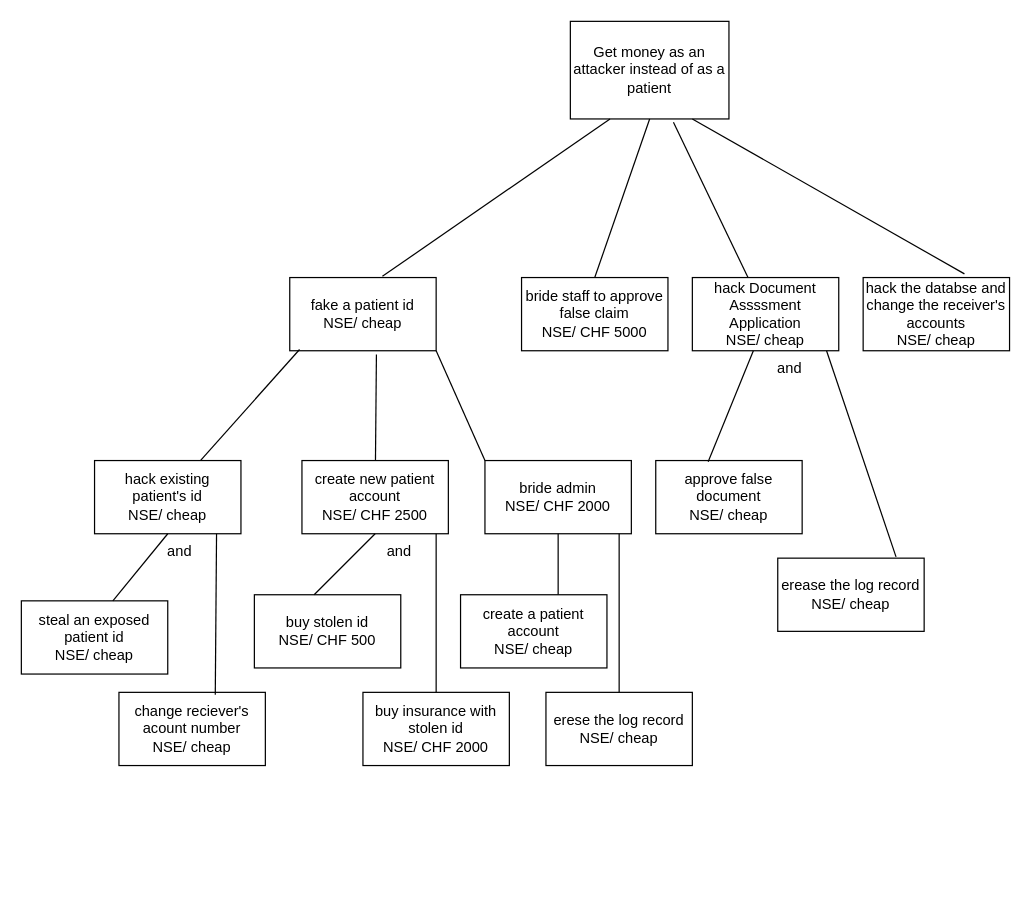
Above: insurance.drawio in kailingP/secure_sw (draw.io), before the change. Source tidied: cells renumbered, new cells numbered last; positions are measured from the earlier drawing's top-left corner, leaving out a move shared by most shapes. Both pictures are drawn from the tidied source at 122%, with x=0, y=0 at pixel (21, 21).
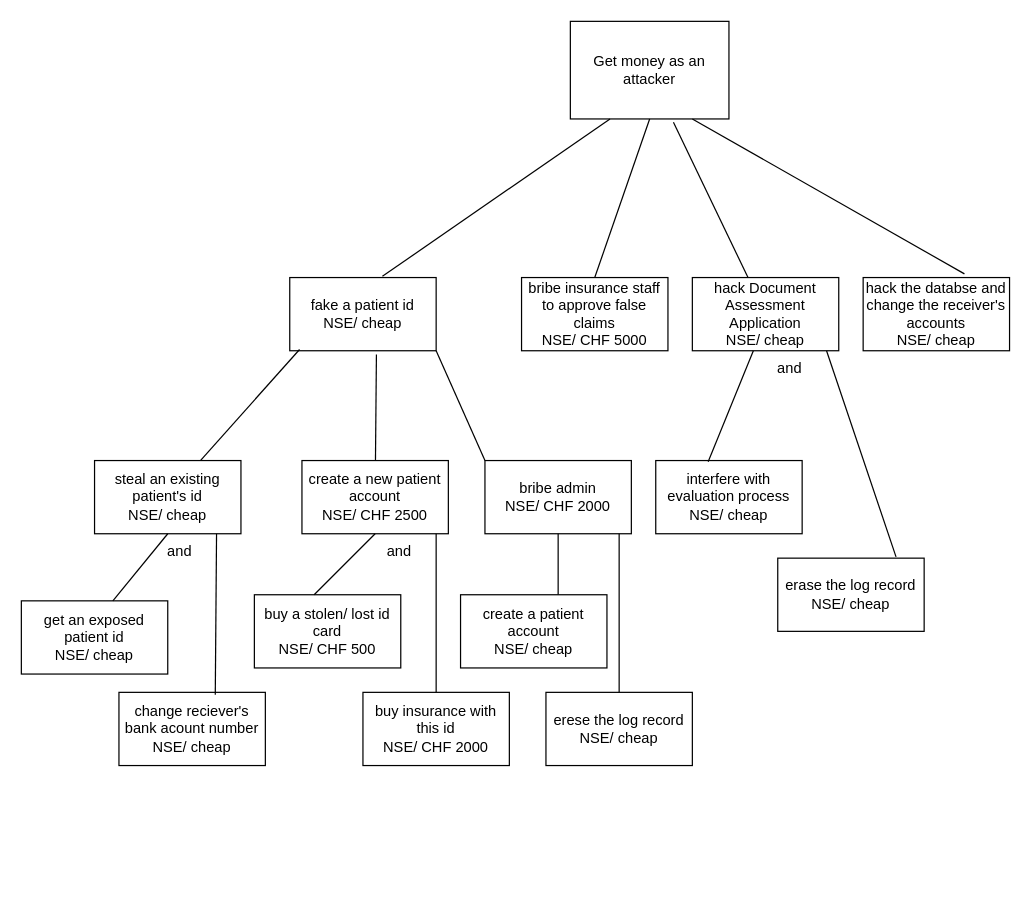
Above is the later version.

What changed in the source:
```diff
@@
-    <mxCell id="2" value="&lt;div&gt;Get money as an attacker instead of as a patient&lt;/div&gt;" style="rounded=0;whiteSpace=wrap;html=1;" parent="1" vertex="1">
+    <mxCell id="2" value="&lt;div&gt;Get money as an attacker &lt;br&gt;&lt;/div&gt;" style="rounded=0;whiteSpace=wrap;html=1;" parent="1" vertex="1">
       <mxGeometry x="450" width="130" height="80" as="geometry" />
     </mxCell>
-    <mxCell id="3" value="&lt;div&gt;hack existing &lt;br&gt;&lt;/div&gt;&lt;div&gt;patient's id &lt;br&gt;&lt;/div&gt;&lt;div&gt;NSE/ cheap&lt;br&gt;&lt;/div&gt;" style="rounded=0;whiteSpace=wrap;html=1;" parent="1" vertex="1">
+    <mxCell id="3" value="&lt;div&gt;steal an existing &lt;br&gt;&lt;/div&gt;&lt;div&gt;patient's id &lt;br&gt;&lt;/div&gt;&lt;div&gt;NSE/ cheap&lt;br&gt;&lt;/div&gt;" style="rounded=0;whiteSpace=wrap;html=1;" parent="1" vertex="1">
       <mxGeometry x="60" y="360" width="120" height="60" as="geometry" />
     </mxCell>
-    <mxCell id="4" value="&lt;div&gt;steal an exposed patient id &lt;br&gt;&lt;/div&gt;&lt;div&gt;NSE/ cheap&lt;br&gt;&lt;/div&gt;" style="rounded=0;whiteSpace=wrap;html=1;" parent="1" vertex="1">
+    <mxCell id="4" value="&lt;div&gt;get an exposed patient id &lt;br&gt;&lt;/div&gt;&lt;div&gt;NSE/ cheap&lt;br&gt;&lt;/div&gt;" style="rounded=0;whiteSpace=wrap;html=1;" parent="1" vertex="1">
       <mxGeometry y="475" width="120" height="60" as="geometry" />
     </mxCell>
-    <mxCell id="5" value="&lt;div&gt;create new patient account&lt;/div&gt;NSE/ CHF 2500" style="rounded=0;whiteSpace=wrap;html=1;" parent="1" vertex="1">
+    <mxCell id="5" value="&lt;div&gt;create a new patient account&lt;/div&gt;NSE/ CHF 2500" style="rounded=0;whiteSpace=wrap;html=1;" parent="1" vertex="1">
       <mxGeometry x="230" y="360" width="120" height="60" as="geometry" />
     </mxCell>
-    <mxCell id="6" value="&lt;div&gt;change reciever's acount number&lt;/div&gt;&lt;div&gt;NSE/ cheap&lt;br&gt;&lt;/div&gt;" style="rounded=0;whiteSpace=wrap;html=1;" parent="1" vertex="1">
+    <mxCell id="6" value="&lt;div&gt;change reciever's bank acount number&lt;/div&gt;&lt;div&gt;NSE/ cheap&lt;br&gt;&lt;/div&gt;" style="rounded=0;whiteSpace=wrap;html=1;" parent="1" vertex="1">
       <mxGeometry x="80" y="550" width="120" height="60" as="geometry" />
     </mxCell>
-    <mxCell id="7" value="&lt;div&gt;buy stolen id&lt;/div&gt;&lt;div&gt;NSE/ CHF 500&lt;/div&gt;" style="rounded=0;whiteSpace=wrap;html=1;" parent="1" vertex="1">
+    <mxCell id="7" value="&lt;div&gt;buy a stolen/ lost id card&lt;br&gt;&lt;/div&gt;&lt;div&gt;NSE/ CHF 500&lt;/div&gt;" style="rounded=0;whiteSpace=wrap;html=1;" parent="1" vertex="1">
       <mxGeometry x="191" y="470" width="120" height="60" as="geometry" />
     </mxCell>
-    <mxCell id="8" value="&lt;div&gt;buy insurance with stolen id &lt;br&gt;&lt;/div&gt;&lt;div&gt;NSE/ CHF 2000&lt;br&gt;&lt;/div&gt;" style="rounded=0;whiteSpace=wrap;html=1;" parent="1" vertex="1">
+    <mxCell id="8" value="&lt;div&gt;buy insurance with this id &lt;br&gt;&lt;/div&gt;&lt;div&gt;NSE/ CHF 2000&lt;br&gt;&lt;/div&gt;" style="rounded=0;whiteSpace=wrap;html=1;" parent="1" vertex="1">
       <mxGeometry x="280" y="550" width="120" height="60" as="geometry" />
     </mxCell>
-    <mxCell id="9" value="&lt;div&gt;bride staff to approve false claim&lt;/div&gt;&lt;div&gt;NSE/ CHF 5000&lt;br&gt;&lt;/div&gt;" style="rounded=0;whiteSpace=wrap;html=1;" parent="1" vertex="1">
+    <mxCell id="9" value="&lt;div&gt;bribe insurance staff to approve false claims&lt;/div&gt;&lt;div&gt;NSE/ CHF 5000&lt;br&gt;&lt;/div&gt;" style="rounded=0;whiteSpace=wrap;html=1;" parent="1" vertex="1">
       <mxGeometry x="410" y="210" width="120" height="60" as="geometry" />
     </mxCell>
@@
-    <mxCell id="11" value="&lt;div&gt;bride admin&lt;/div&gt;&lt;div&gt;NSE/ CHF 2000&lt;/div&gt;" style="rounded=0;whiteSpace=wrap;html=1;" parent="1" vertex="1">
+    <mxCell id="11" value="&lt;div&gt;bribe admin&lt;/div&gt;&lt;div&gt;NSE/ CHF 2000&lt;/div&gt;" style="rounded=0;whiteSpace=wrap;html=1;" parent="1" vertex="1">
       <mxGeometry x="380" y="360" width="120" height="60" as="geometry" />
     </mxCell>
@@
-    <mxCell id="16" value="&lt;div&gt;hack Document Assssment Application&lt;/div&gt;&lt;div&gt;NSE/ cheap&lt;br&gt;&lt;/div&gt;" style="rounded=0;whiteSpace=wrap;html=1;" parent="1" vertex="1">
+    <mxCell id="16" value="&lt;div&gt;hack Document Assessment Application&lt;/div&gt;&lt;div&gt;NSE/ cheap&lt;br&gt;&lt;/div&gt;" style="rounded=0;whiteSpace=wrap;html=1;" parent="1" vertex="1">
       <mxGeometry x="550" y="210" width="120" height="60" as="geometry" />
     </mxCell>
-    <mxCell id="17" value="&lt;div&gt;approve false document&lt;/div&gt;&lt;div&gt;NSE/ cheap&lt;/div&gt;" style="rounded=0;whiteSpace=wrap;html=1;" parent="1" vertex="1">
+    <mxCell id="17" value="&lt;div&gt;interfere with evaluation process &lt;br&gt;&lt;/div&gt;&lt;div&gt;NSE/ cheap&lt;/div&gt;" style="rounded=0;whiteSpace=wrap;html=1;" parent="1" vertex="1">
       <mxGeometry x="520" y="360" width="120" height="60" as="geometry" />
     </mxCell>
-    <mxCell id="18" value="&lt;div&gt;erease the log record&lt;br&gt;&lt;/div&gt;&lt;div&gt;NSE/ cheap&lt;/div&gt;" style="rounded=0;whiteSpace=wrap;html=1;" parent="1" vertex="1">
+    <mxCell id="18" value="&lt;div&gt;erase the log record&lt;br&gt;&lt;/div&gt;&lt;div&gt;NSE/ cheap&lt;/div&gt;" style="rounded=0;whiteSpace=wrap;html=1;" parent="1" vertex="1">
       <mxGeometry x="620" y="440" width="120" height="60" as="geometry" />
     </mxCell>
```
